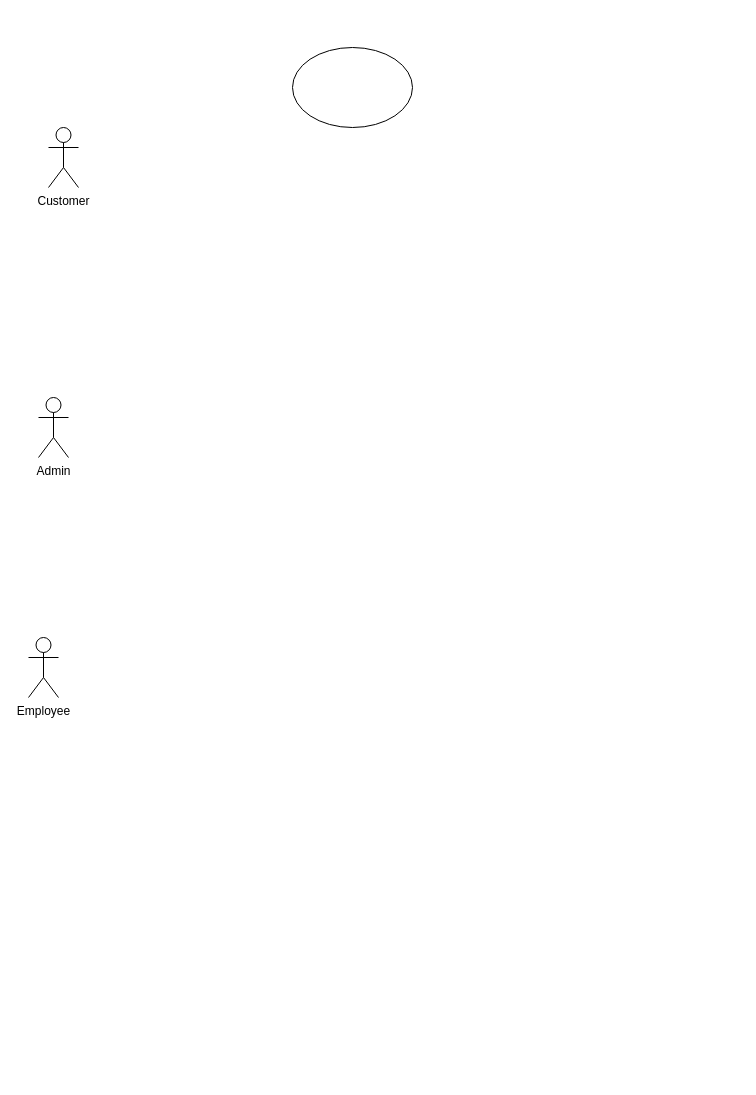
Above: Diagram/usecase.drawio in trungcodr/java-project (draw.io), before the change. Source tidied: cells renumbered, new cells numbered last; positions are measured from the earlier drawing's top-left corner, leaving out a move shared by most shapes. Both pictures are drawn from the tidied source at 100%, with x=0, y=0 at pixel (28, 47).
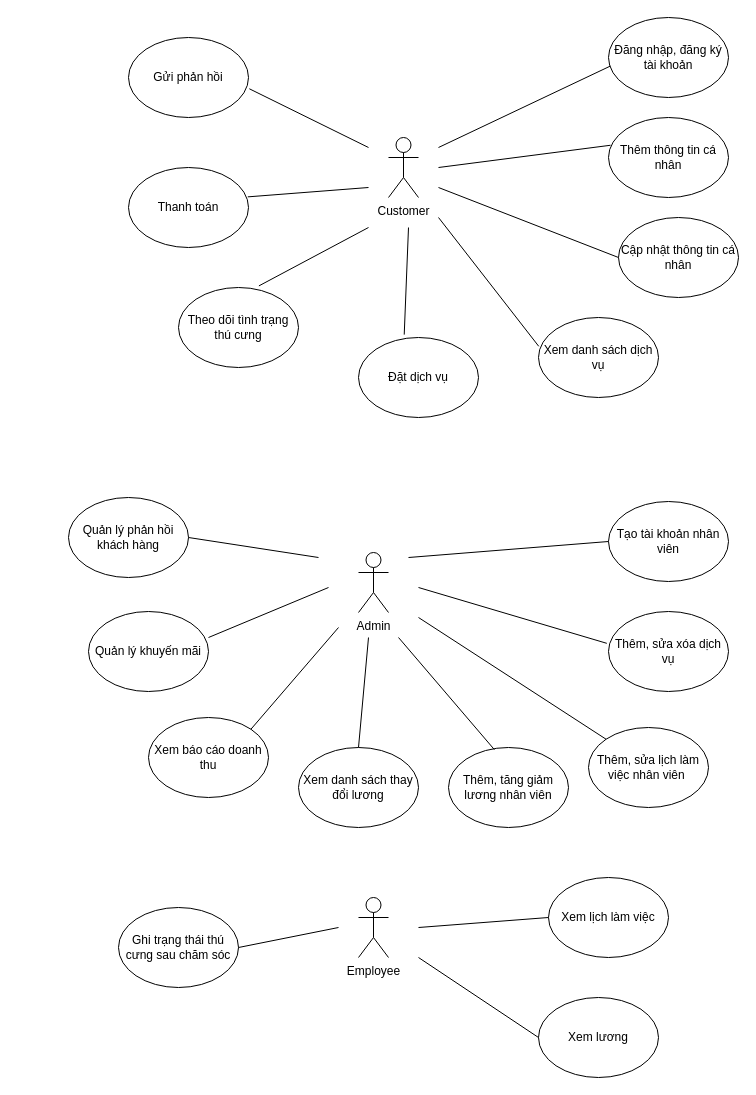
The same page after the edit.

Change to the diagram source:
```diff
@@
     <mxCell id="2" value="Customer" style="shape=umlActor;verticalLabelPosition=bottom;verticalAlign=top;html=1;" parent="1" vertex="1">
-      <mxGeometry x="20" y="80" width="30" height="60" as="geometry" />
+      <mxGeometry x="360" y="90" width="30" height="60" as="geometry" />
     </mxCell>
-    <mxCell id="3" style="ellipse;whiteSpace=wrap;html=1;" parent="1" vertex="1">
-      <mxGeometry x="264" width="120" height="80" as="geometry" />
+    <mxCell id="3" value="Đăng nhập, đăng ký tài khoản" style="ellipse;whiteSpace=wrap;html=1;" parent="1" vertex="1">
+      <mxGeometry x="580" y="-30" width="120" height="80" as="geometry" />
     </mxCell>
     <mxCell id="4" value="Admin" style="shape=umlActor;verticalLabelPosition=bottom;verticalAlign=top;html=1;" parent="1" vertex="1">
-      <mxGeometry x="10" y="350" width="30" height="60" as="geometry" />
+      <mxGeometry x="330" y="505" width="30" height="60" as="geometry" />
     </mxCell>
     <mxCell id="5" value="Employee" style="shape=umlActor;verticalLabelPosition=bottom;verticalAlign=top;html=1;" parent="1" vertex="1">
-      <mxGeometry y="590" width="30" height="60" as="geometry" />
+      <mxGeometry x="330" y="850" width="30" height="60" as="geometry" />
     </mxCell>
+    <mxCell id="6" style="endArrow=none;html=1;rounded=0;entryX=0.017;entryY=0.606;entryDx=0;entryDy=0;entryPerimeter=0;" parent="1" edge="1" target="3">
+      <mxGeometry relative="1" as="geometry">
+        <mxPoint x="410" y="100" as="sourcePoint" />
+      </mxGeometry>
+    </mxCell>
+    <mxCell id="7" value="Thêm thông tin cá nhân" style="ellipse;whiteSpace=wrap;html=1;" parent="1" vertex="1">
+      <mxGeometry x="580" y="70" width="120" height="80" as="geometry" />
+    </mxCell>
+    <mxCell id="8" value="Cập nhật thông tin cá nhân" style="ellipse;whiteSpace=wrap;html=1;" parent="1" vertex="1">
+      <mxGeometry x="590" y="170" width="120" height="80" as="geometry" />
+    </mxCell>
+    <mxCell id="9" style="endArrow=none;html=1;rounded=0;entryX=0.017;entryY=0.347;entryDx=0;entryDy=0;entryPerimeter=0;" parent="1" edge="1" target="7">
+      <mxGeometry relative="1" as="geometry">
+        <mxPoint x="410" y="120" as="sourcePoint" />
+      </mxGeometry>
+    </mxCell>
+    <mxCell id="10" style="endArrow=none;html=1;rounded=0;entryX=0;entryY=0.5;entryDx=0;entryDy=0;" parent="1" edge="1" target="8">
+      <mxGeometry relative="1" as="geometry">
+        <mxPoint x="410" y="140" as="sourcePoint" />
+      </mxGeometry>
+    </mxCell>
+    <mxCell id="11" value="Xem danh sách dịch vụ" style="ellipse;whiteSpace=wrap;html=1;" parent="1" vertex="1">
+      <mxGeometry x="510" y="270" width="120" height="80" as="geometry" />
+    </mxCell>
+    <mxCell id="12" style="endArrow=none;html=1;rounded=0;exitX=0.002;exitY=0.36;exitDx=0;exitDy=0;exitPerimeter=0;" parent="1" edge="1" source="11">
+      <mxGeometry relative="1" as="geometry">
+        <mxPoint x="410" y="170" as="targetPoint" />
+      </mxGeometry>
+    </mxCell>
+    <mxCell id="13" value="Đặt dịch vụ" style="ellipse;whiteSpace=wrap;html=1;" parent="1" vertex="1">
+      <mxGeometry x="330" y="290" width="120" height="80" as="geometry" />
+    </mxCell>
+    <mxCell id="14" style="endArrow=none;html=1;rounded=0;exitX=0.381;exitY=-0.036;exitDx=0;exitDy=0;exitPerimeter=0;" parent="1" edge="1" source="13">
+      <mxGeometry relative="1" as="geometry">
+        <mxPoint x="380" y="180" as="targetPoint" />
+      </mxGeometry>
+    </mxCell>
+    <mxCell id="15" value="Theo dõi tình trạng thú cưng" style="ellipse;whiteSpace=wrap;html=1;" parent="1" vertex="1">
+      <mxGeometry x="150" y="240" width="120" height="80" as="geometry" />
+    </mxCell>
+    <mxCell id="16" value="Thanh toán" style="ellipse;whiteSpace=wrap;html=1;" parent="1" vertex="1">
+      <mxGeometry x="100" y="120" width="120" height="80" as="geometry" />
+    </mxCell>
+    <mxCell id="17" value="Gửi phản hồi" style="ellipse;whiteSpace=wrap;html=1;" parent="1" vertex="1">
+      <mxGeometry x="100" y="-10" width="120" height="80" as="geometry" />
+    </mxCell>
+    <mxCell id="18" style="endArrow=none;html=1;rounded=0;entryX=1.007;entryY=0.641;entryDx=0;entryDy=0;entryPerimeter=0;" parent="1" edge="1" target="17">
+      <mxGeometry relative="1" as="geometry">
+        <mxPoint x="340" y="100" as="sourcePoint" />
+      </mxGeometry>
+    </mxCell>
+    <mxCell id="19" style="endArrow=none;html=1;rounded=0;exitX=0.994;exitY=0.367;exitDx=0;exitDy=0;exitPerimeter=0;" parent="1" edge="1" source="16">
+      <mxGeometry relative="1" as="geometry">
+        <mxPoint x="340" y="140" as="targetPoint" />
+      </mxGeometry>
+    </mxCell>
+    <mxCell id="20" style="endArrow=none;html=1;rounded=0;exitX=0.67;exitY=-0.02;exitDx=0;exitDy=0;exitPerimeter=0;" parent="1" edge="1" source="15">
+      <mxGeometry relative="1" as="geometry">
+        <mxPoint x="340" y="180" as="targetPoint" />
+      </mxGeometry>
+    </mxCell>
+    <mxCell id="21" value="Tạo tài khoản nhân viên" style="ellipse;whiteSpace=wrap;html=1;" parent="1" vertex="1">
+      <mxGeometry x="580" y="454" width="120" height="80" as="geometry" />
+    </mxCell>
+    <mxCell id="22" style="endArrow=none;html=1;rounded=0;entryX=0;entryY=0.5;entryDx=0;entryDy=0;" parent="1" edge="1" target="21">
+      <mxGeometry relative="1" as="geometry">
+        <mxPoint x="380" y="510" as="sourcePoint" />
+      </mxGeometry>
+    </mxCell>
+    <mxCell id="23" value="Thêm, sửa xóa dịch vụ" style="ellipse;whiteSpace=wrap;html=1;" parent="1" vertex="1">
+      <mxGeometry x="580" y="564" width="120" height="80" as="geometry" />
+    </mxCell>
+    <mxCell id="24" value="Thêm, sửa lịch làm việc nhân viên&amp;nbsp;" style="ellipse;whiteSpace=wrap;html=1;" parent="1" vertex="1">
+      <mxGeometry x="560" y="680" width="120" height="80" as="geometry" />
+    </mxCell>
+    <mxCell id="25" style="endArrow=none;html=1;rounded=0;entryX=-0.014;entryY=0.398;entryDx=0;entryDy=0;entryPerimeter=0;" parent="1" edge="1" target="23">
+      <mxGeometry relative="1" as="geometry">
+        <mxPoint x="390" y="540" as="sourcePoint" />
+      </mxGeometry>
+    </mxCell>
+    <mxCell id="26" style="endArrow=none;html=1;rounded=0;exitX=0;exitY=0;exitDx=0;exitDy=0;" parent="1" edge="1" source="24">
+      <mxGeometry relative="1" as="geometry">
+        <mxPoint x="390" y="570" as="targetPoint" />
+      </mxGeometry>
+    </mxCell>
+    <mxCell id="27" value="Thêm, tăng giảm lương nhân viên" style="ellipse;whiteSpace=wrap;html=1;" parent="1" vertex="1">
+      <mxGeometry x="420" y="700" width="120" height="80" as="geometry" />
+    </mxCell>
+    <mxCell id="28" value="Xem danh sách thay đổi lương" style="ellipse;whiteSpace=wrap;html=1;" parent="1" vertex="1">
+      <mxGeometry x="270" y="700" width="120" height="80" as="geometry" />
+    </mxCell>
+    <mxCell id="29" style="endArrow=none;html=1;rounded=0;exitX=0.382;exitY=0.026;exitDx=0;exitDy=0;exitPerimeter=0;" parent="1" edge="1" source="27">
+      <mxGeometry relative="1" as="geometry">
+        <mxPoint x="370" y="590" as="targetPoint" />
+      </mxGeometry>
+    </mxCell>
+    <mxCell id="30" style="endArrow=none;html=1;rounded=0;exitX=0.5;exitY=0;exitDx=0;exitDy=0;" parent="1" edge="1" source="28">
+      <mxGeometry relative="1" as="geometry">
+        <mxPoint x="340" y="590" as="targetPoint" />
+      </mxGeometry>
+    </mxCell>
+    <mxCell id="31" value="Xem báo cáo doanh thu" style="ellipse;whiteSpace=wrap;html=1;" parent="1" vertex="1">
+      <mxGeometry x="120" y="670" width="120" height="80" as="geometry" />
+    </mxCell>
+    <mxCell id="32" style="endArrow=none;html=1;rounded=0;exitX=1;exitY=0;exitDx=0;exitDy=0;" parent="1" edge="1" source="31">
+      <mxGeometry relative="1" as="geometry">
+        <mxPoint x="310" y="580" as="targetPoint" />
+      </mxGeometry>
+    </mxCell>
+    <mxCell id="33" value="Quản lý khuyến mãi" style="ellipse;whiteSpace=wrap;html=1;" parent="1" vertex="1">
+      <mxGeometry x="60" y="564" width="120" height="80" as="geometry" />
+    </mxCell>
+    <mxCell id="34" value="Quản lý phản hồi khách hàng" style="ellipse;whiteSpace=wrap;html=1;" parent="1" vertex="1">
+      <mxGeometry x="40" y="450" width="120" height="80" as="geometry" />
+    </mxCell>
+    <mxCell id="35" style="endArrow=none;html=1;rounded=0;" parent="1" edge="1">
+      <mxGeometry relative="1" as="geometry">
+        <mxPoint x="180" y="590" as="sourcePoint" />
+        <mxPoint x="300" y="540" as="targetPoint" />
+      </mxGeometry>
+    </mxCell>
+    <mxCell id="36" style="endArrow=none;html=1;rounded=0;exitX=1;exitY=0.5;exitDx=0;exitDy=0;" parent="1" edge="1" source="34">
+      <mxGeometry relative="1" as="geometry">
+        <mxPoint x="290" y="510" as="targetPoint" />
+      </mxGeometry>
+    </mxCell>
+    <mxCell id="37" value="Xem lịch làm việc" style="ellipse;whiteSpace=wrap;html=1;" parent="1" vertex="1">
+      <mxGeometry x="520" y="830" width="120" height="80" as="geometry" />
+    </mxCell>
+    <mxCell id="38" value="Xem lương" style="ellipse;whiteSpace=wrap;html=1;" parent="1" vertex="1">
+      <mxGeometry x="510" y="950" width="120" height="80" as="geometry" />
+    </mxCell>
+    <mxCell id="39" style="endArrow=none;html=1;rounded=0;entryX=0;entryY=0.5;entryDx=0;entryDy=0;" parent="1" edge="1" target="37">
+      <mxGeometry relative="1" as="geometry">
+        <mxPoint x="390" y="880" as="sourcePoint" />
+      </mxGeometry>
+    </mxCell>
+    <mxCell id="40" style="endArrow=none;html=1;rounded=0;entryX=0;entryY=0.5;entryDx=0;entryDy=0;" parent="1" edge="1" target="38">
+      <mxGeometry relative="1" as="geometry">
+        <mxPoint x="390" y="910" as="sourcePoint" />
+      </mxGeometry>
+    </mxCell>
+    <mxCell id="41" value="Ghi trạng thái thú cưng sau chăm sóc" style="ellipse;whiteSpace=wrap;html=1;" parent="1" vertex="1">
+      <mxGeometry x="90" y="860" width="120" height="80" as="geometry" />
+    </mxCell>
+    <mxCell id="42" style="endArrow=none;html=1;rounded=0;exitX=1;exitY=0.5;exitDx=0;exitDy=0;" parent="1" edge="1" source="41">
+      <mxGeometry relative="1" as="geometry">
+        <mxPoint x="310" y="880" as="targetPoint" />
+      </mxGeometry>
+    </mxCell>
```
